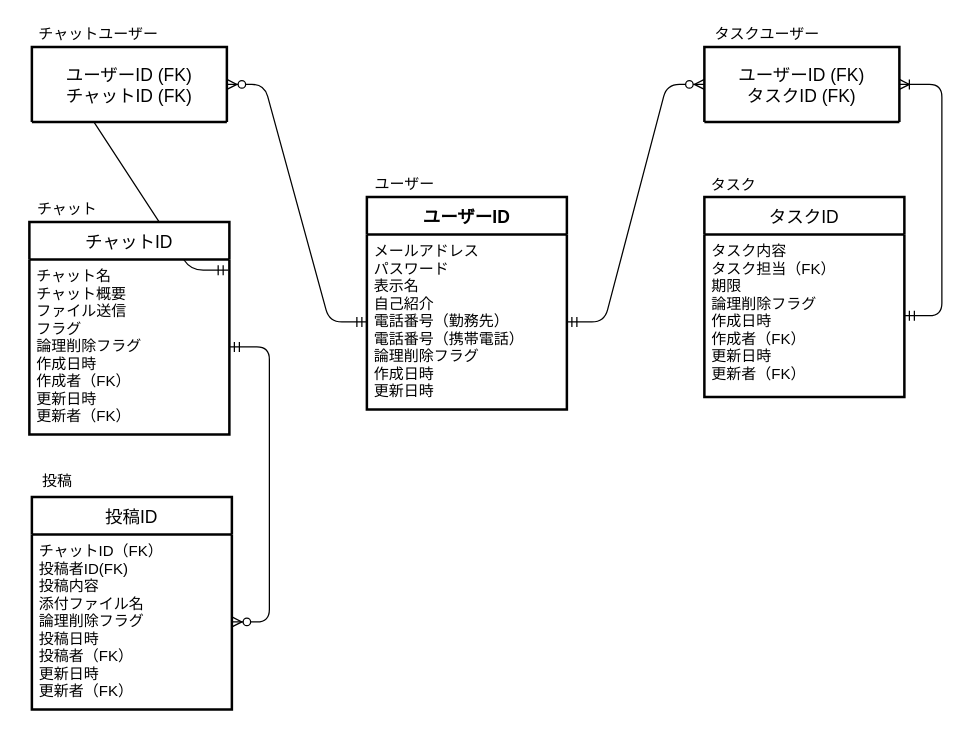
labotinc/quelcode-db keeps this draw.io diagram as db/db-challenge1/db-challenge1.drawio. Above is the earlier version. Source tidied: cells renumbered, new cells numbered last; positions are measured from the earlier drawing's top-left corner, leaving out a move shared by most shapes. Both pictures are drawn from the tidied source at 125%, with x=0, y=0 at pixel (29, 21).
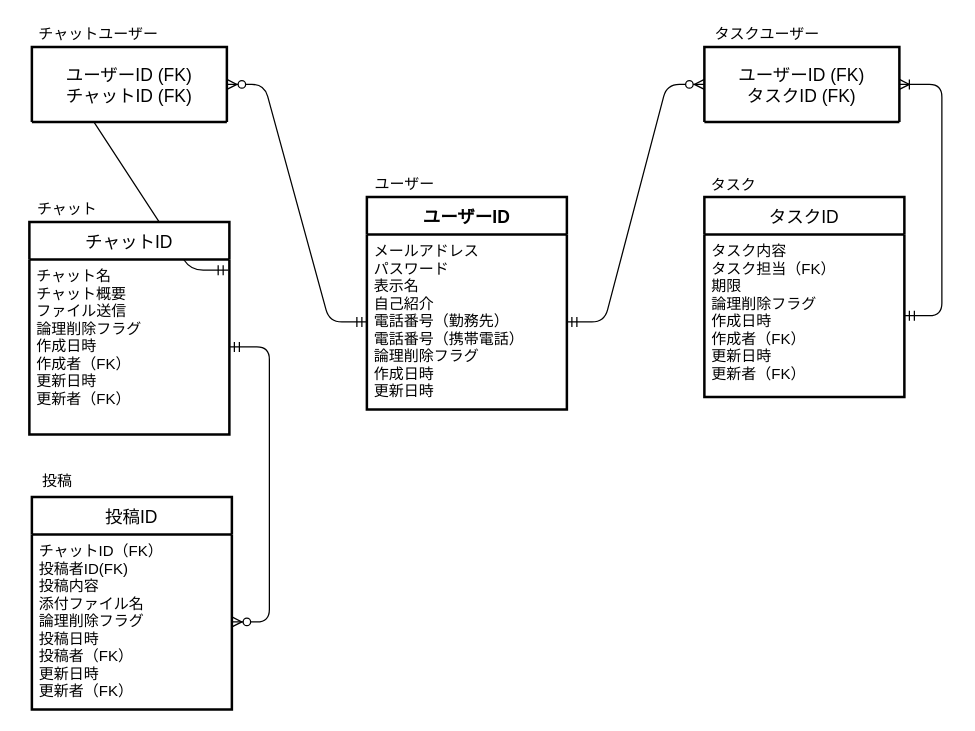
The same page after the edit.

Commit message:
明確でないフラグを論理削除フラグへの書き換え

The change refers to these unchanged cells:
```xml
<mxCell id="9" value="チャットID" style="swimlane;horizontal=1;startSize=30;rounded=1;fontSize=14;fontStyle=0;strokeWidth=2;shadow=0;dashed=0;align=center;arcSize=0;" parent="1" vertex="1">
  <mxGeometry y="160" width="160" height="170" as="geometry" />
</mxCell>
```

The edit, as a diff of the source:
```diff
@@
-    <mxCell id="10" value="チャット名&#10;チャット概要&#10;ファイル送信&#10;フラグ &#10;論理削除フラグ&#10;作成日時&#10;作成者（FK）&#10;更新日時&#10;更新者（FK）" style="align=left;strokeColor=none;fillColor=none;spacingLeft=4;fontSize=12;verticalAlign=top;" parent="9" vertex="1">
+    <mxCell id="10" value="チャット名&#10;チャット概要&#10;ファイル送信&#10;論理削除フラグ&#10;作成日時&#10;作成者（FK）&#10;更新日時&#10;更新者（FK）" style="align=left;strokeColor=none;fillColor=none;spacingLeft=4;fontSize=12;verticalAlign=top;" parent="9" vertex="1">
       <mxGeometry y="30" width="160" height="140" as="geometry" />
     </mxCell>
```
